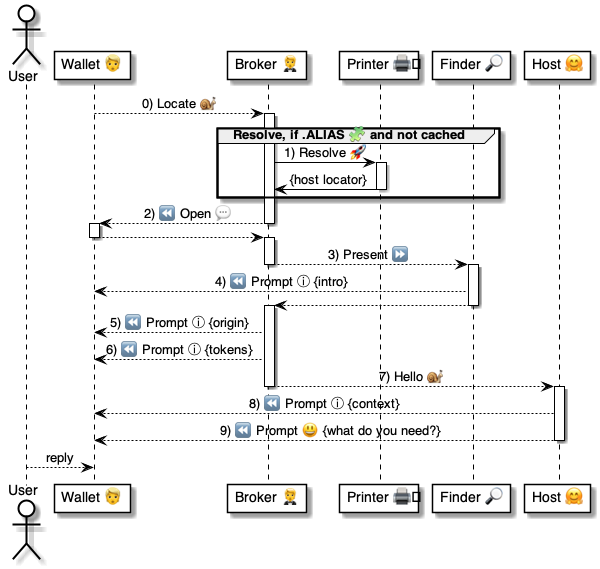
The PlantUML diagram 4 ⚙️ Solution/20 🧑‍🦰 UI/Brokers 🤵/🤵⏩ Broker flows/Locate 🔆⏩🤵/🤵 Locate ⚙️ uml.png in pollyweb-org/pollyweb-docs, before a commit. Its source is kept beside it as 4 ⚙️ Solution/20 🧑‍🦰 UI/Brokers 🤵/🤵⏩ Broker flows/Locate 🔆⏩🤵/🤵 Locate ⚙️ uml.puml.
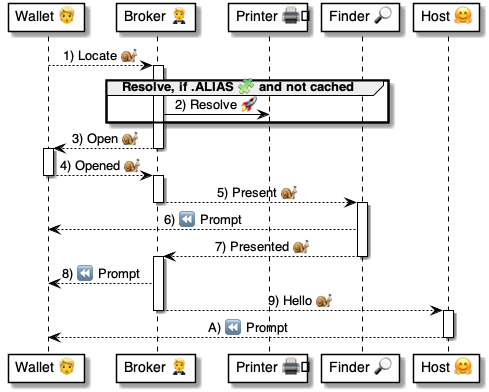
Later version of the same file.

Change to the diagram source:
```diff
@@ -1,6 +1,5 @@
 @startuml Locate
 
-actor User as user
 
   participant "Wallet 👱" as wallet
   participant "Broker 🤵" as broker
@@ -10,51 +9,43 @@
 participant "Host 🤗" as host
 
 
-wallet --> broker: 0) Locate 🐌
+wallet --> broker: 1) Locate 🐌
 
 activate broker
 
     group Resolve, if .ALIAS 🧩 and not cached
 
-        broker -> printer: 1) Resolve 🚀
-
-        activate printer
-            printer -> broker: {host locator}
-        deactivate printer
+        broker -> printer: 2) Resolve 🚀
 
     end group
 
 
-        broker --> wallet: 2) ⏪ Open 💬
+        broker --> wallet: 3) Open 🐌
     deactivate broker
 
     activate wallet
-        wallet --> broker:
+        wallet --> broker: 4) Opened 🐌
     deactivate wallet
 
     activate broker
 
-        broker --> finder: 3) Present ⏩
+        broker --> finder: 5) Present 🐌
         deactivate broker
             activate finder
-                finder --> wallet: 4) ⏪ Prompt ⓘ {intro}
-                finder --> broker
+                finder --> wallet: 6) ⏪ Prompt
+                finder --> broker: 7) Presented 🐌
             deactivate finder
         activate broker
 
 
-    broker --> wallet: 5) ⏪ Prompt ⓘ {origin}
-    broker --> wallet: 6) ⏪ Prompt ⓘ {tokens}
-    broker --> host:  7) Hello 🐌
+    broker --> wallet: 8) ⏪ Prompt
+    broker --> host:  9) Hello 🐌
 deactivate broker
 
 activate host
-    host --> wallet: 8) ⏪ Prompt ⓘ {context}
-    host --> wallet: 9) ⏪ Prompt 😃 {what do you need?}
+    host --> wallet: A) ⏪ Prompt
 deactivate host
 
-    user --> wallet: reply
-deactivate wallet
 
 
 @enduml
```
